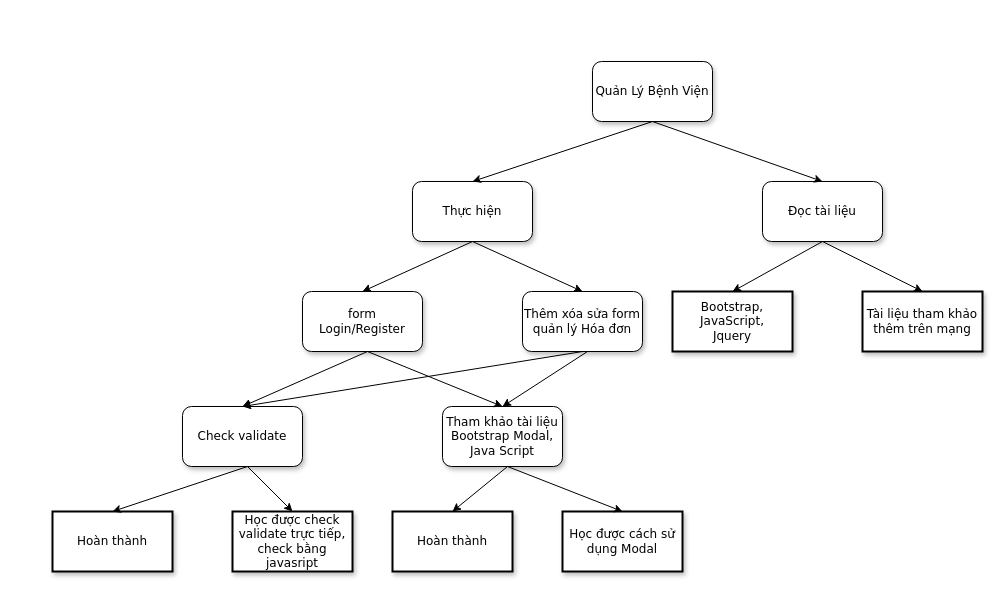
baothq37student/BaoCao keeps this draw.io diagram as Untitled Diagram.drawio. Above is the earlier version. Source tidied: cells renumbered, new cells numbered last; positions are measured from the earlier drawing's top-left corner, leaving out a move shared by most shapes. Both pictures are drawn from the tidied source at 100%, with x=0, y=0 at pixel (52, 61).
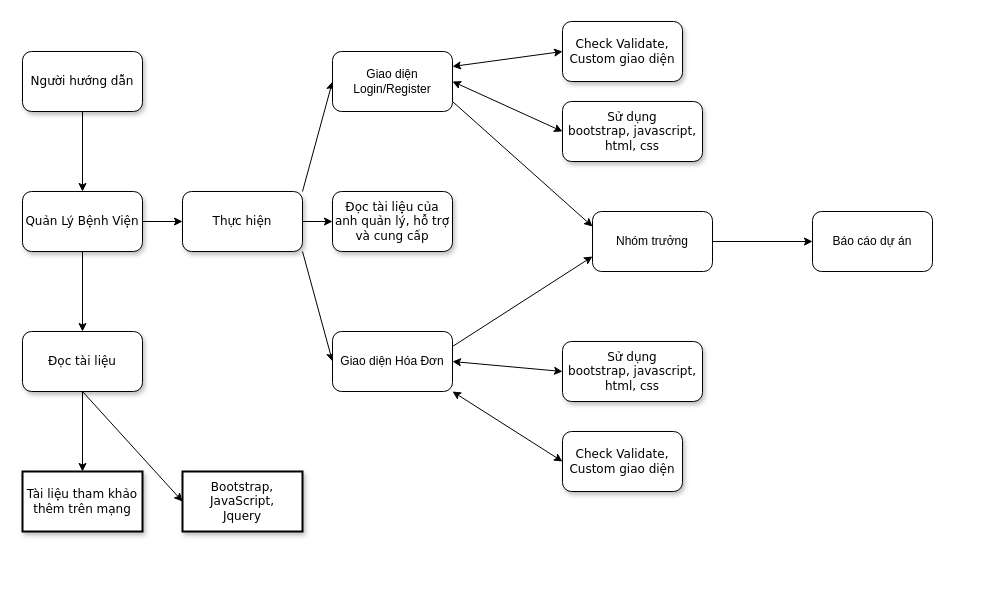
After the change.

What changed in the source:
```diff
@@
     <mxCell id="2" value="Quản Lý Bệnh Viện" style="whiteSpace=wrap;html=1;rounded=1;shadow=1;labelBackgroundColor=none;strokeWidth=1;fontFamily=Verdana;fontSize=12;align=center;" parent="1" vertex="1">
-      <mxGeometry x="540" width="120" height="60" as="geometry" />
+      <mxGeometry x="-30" y="130" width="120" height="60" as="geometry" />
     </mxCell>
     <mxCell id="3" value="Thực hiện" style="whiteSpace=wrap;html=1;rounded=1;shadow=1;labelBackgroundColor=none;strokeWidth=1;fontFamily=Verdana;fontSize=12;align=center;" parent="1" vertex="1">
-      <mxGeometry x="360" y="120" width="120" height="60" as="geometry" />
+      <mxGeometry x="130" y="130" width="120" height="60" as="geometry" />
     </mxCell>
     <mxCell id="4" value="Đọc tài liệu" style="whiteSpace=wrap;html=1;rounded=1;shadow=1;labelBackgroundColor=none;strokeWidth=1;fontFamily=Verdana;fontSize=12;align=center;" parent="1" vertex="1">
-      <mxGeometry x="710" y="120" width="120" height="60" as="geometry" />
+      <mxGeometry x="-30" y="270" width="120" height="60" as="geometry" />
     </mxCell>
-    <mxCell id="5" value="&lt;div&gt;form&lt;/div&gt;&lt;div&gt;Login/Register&lt;br&gt;&lt;/div&gt;" style="whiteSpace=wrap;html=1;rounded=1;shadow=1;labelBackgroundColor=none;strokeWidth=1;fontFamily=Verdana;fontSize=12;align=center;" parent="1" vertex="1">
-      <mxGeometry x="250" y="230" width="120" height="60" as="geometry" />
-    </mxCell>
-    <mxCell id="6" value="Thêm xóa sửa form quản lý Hóa đơn" style="whiteSpace=wrap;html=1;rounded=1;shadow=1;labelBackgroundColor=none;strokeWidth=1;fontFamily=Verdana;fontSize=12;align=center;" parent="1" vertex="1">
-      <mxGeometry x="470" y="230" width="120" height="60" as="geometry" />
-    </mxCell>
     <mxCell id="7" value="&lt;div&gt;Bootstrap,&lt;/div&gt;&lt;div&gt;JavaScript,&lt;/div&gt;&lt;div&gt;Jquery&lt;br&gt;&lt;/div&gt;" style="whiteSpace=wrap;html=1;rounded=0;shadow=1;labelBackgroundColor=none;strokeWidth=2;fontFamily=Verdana;fontSize=12;align=center;" parent="1" vertex="1">
-      <mxGeometry x="620" y="230" width="120" height="60" as="geometry" />
+      <mxGeometry x="130" y="410" width="120" height="60" as="geometry" />
     </mxCell>
     <mxCell id="8" value="Tài liệu tham khảo thêm trên mạng" style="whiteSpace=wrap;html=1;rounded=0;shadow=1;labelBackgroundColor=none;strokeWidth=2;fontFamily=Verdana;fontSize=12;align=center;" parent="1" vertex="1">
-      <mxGeometry x="810" y="230" width="120" height="60" as="geometry" />
+      <mxGeometry x="-30" y="410" width="120" height="60" as="geometry" />
     </mxCell>
-    <mxCell id="9" value="Check validate" style="whiteSpace=wrap;html=1;rounded=1;shadow=1;labelBackgroundColor=none;strokeWidth=1;fontFamily=Verdana;fontSize=12;align=center;" parent="1" vertex="1">
-      <mxGeometry x="130" y="345" width="120" height="60" as="geometry" />
-    </mxCell>
-    <mxCell id="10" value="Tham khảo tài liệu Bootstrap Modal, Java Script" style="whiteSpace=wrap;html=1;rounded=1;shadow=1;labelBackgroundColor=none;strokeWidth=1;fontFamily=Verdana;fontSize=12;align=center;" parent="1" vertex="1">
-      <mxGeometry x="390" y="345" width="120" height="60" as="geometry" />
-    </mxCell>
-    <mxCell id="11" value="Hoàn thành" style="whiteSpace=wrap;html=1;rounded=0;shadow=1;labelBackgroundColor=none;strokeWidth=2;fontFamily=Verdana;fontSize=12;align=center;" parent="1" vertex="1">
-      <mxGeometry y="450" width="120" height="60" as="geometry" />
-    </mxCell>
-    <mxCell id="12" value="Học được check validate trực tiếp, check bằng javasript" style="whiteSpace=wrap;html=1;rounded=0;shadow=1;labelBackgroundColor=none;strokeWidth=2;fontFamily=Verdana;fontSize=12;align=center;" parent="1" vertex="1">
-      <mxGeometry x="180" y="450" width="120" height="60" as="geometry" />
-    </mxCell>
-    <mxCell id="13" value="Hoàn thành" style="whiteSpace=wrap;html=1;rounded=0;shadow=1;labelBackgroundColor=none;strokeWidth=2;fontFamily=Verdana;fontSize=12;align=center;" parent="1" vertex="1">
-      <mxGeometry x="340" y="450" width="120" height="60" as="geometry" />
-    </mxCell>
-    <mxCell id="14" value="Học được cách sử dụng Modal" style="whiteSpace=wrap;html=1;rounded=0;shadow=1;labelBackgroundColor=none;strokeWidth=2;fontFamily=Verdana;fontSize=12;align=center;" parent="1" vertex="1">
-      <mxGeometry x="510" y="450" width="120" height="60" as="geometry" />
-    </mxCell>
-    <mxCell id="15" style="endArrow=classic;html=1;exitX=0.5;exitY=1;exitDx=0;exitDy=0;entryX=0.5;entryY=0;entryDx=0;entryDy=0;" parent="1" edge="1" source="2" target="3">
-      <mxGeometry relative="1" as="geometry" />
-    </mxCell>
@@
-    <mxCell id="17" style="endArrow=classic;html=1;exitX=0.5;exitY=1;exitDx=0;exitDy=0;entryX=0.5;entryY=0;entryDx=0;entryDy=0;" parent="1" edge="1" source="3" target="5">
-      <mxGeometry relative="1" as="geometry" />
-    </mxCell>
-    <mxCell id="18" style="endArrow=classic;html=1;exitX=0.5;exitY=1;exitDx=0;exitDy=0;entryX=0.5;entryY=0;entryDx=0;entryDy=0;" parent="1" edge="1" target="6">
-      <mxGeometry relative="1" as="geometry">
-        <mxPoint x="420" y="180" as="sourcePoint" />
-      </mxGeometry>
-    </mxCell>
-    <mxCell id="19" style="endArrow=classic;html=1;exitX=0.5;exitY=1;exitDx=0;exitDy=0;entryX=0.5;entryY=0;entryDx=0;entryDy=0;" parent="1" edge="1" source="4" target="7">
+    <mxCell id="19" style="endArrow=classic;html=1;exitX=0.5;exitY=1;exitDx=0;exitDy=0;entryX=0;entryY=0.5;entryDx=0;entryDy=0;" parent="1" edge="1" source="4" target="7">
       <mxGeometry relative="1" as="geometry" />
     </mxCell>
-    <mxCell id="20" style="endArrow=classic;html=1;exitX=0.5;exitY=1;exitDx=0;exitDy=0;entryX=0.5;entryY=0;entryDx=0;entryDy=0;" parent="1" edge="1" target="8">
-      <mxGeometry relative="1" as="geometry">
-        <mxPoint x="770" y="180" as="sourcePoint" />
-      </mxGeometry>
+    <mxCell id="20" style="endArrow=classic;html=1;exitX=0.5;exitY=1;exitDx=0;exitDy=0;entryX=0.5;entryY=0;entryDx=0;entryDy=0;" parent="1" edge="1" source="4" target="8">
+      <mxGeometry relative="1" as="geometry" />
     </mxCell>
-    <mxCell id="21" style="endArrow=classic;html=1;entryX=0.5;entryY=0;entryDx=0;entryDy=0;" parent="1" edge="1" target="10">
-      <mxGeometry relative="1" as="geometry">
-        <mxPoint x="535" y="290" as="sourcePoint" />
-      </mxGeometry>
-    </mxCell>
-    <mxCell id="22" style="endArrow=classic;html=1;entryX=0.5;entryY=0;entryDx=0;entryDy=0;" parent="1" edge="1" target="10">
-      <mxGeometry relative="1" as="geometry">
-        <mxPoint x="315" y="290" as="sourcePoint" />
-      </mxGeometry>
-    </mxCell>
-    <mxCell id="23" style="endArrow=classic;html=1;entryX=0.5;entryY=0;entryDx=0;entryDy=0;" parent="1" edge="1" target="13">
-      <mxGeometry relative="1" as="geometry">
-        <mxPoint x="455" y="405" as="sourcePoint" />
-      </mxGeometry>
-    </mxCell>
-    <mxCell id="24" style="endArrow=classic;html=1;entryX=0.5;entryY=0;entryDx=0;entryDy=0;" parent="1" edge="1" target="14">
-      <mxGeometry relative="1" as="geometry">
-        <mxPoint x="455" y="405" as="sourcePoint" />
-      </mxGeometry>
-    </mxCell>
-    <mxCell id="25" style="endArrow=classic;html=1;entryX=0.5;entryY=0;entryDx=0;entryDy=0;" parent="1" edge="1" target="9">
-      <mxGeometry relative="1" as="geometry">
-        <mxPoint x="315" y="290" as="sourcePoint" />
-      </mxGeometry>
-    </mxCell>
-    <mxCell id="26" style="endArrow=classic;html=1;entryX=0.5;entryY=0;entryDx=0;entryDy=0;exitX=0.5;exitY=1;exitDx=0;exitDy=0;" parent="1" edge="1" source="6" target="9">
-      <mxGeometry relative="1" as="geometry" />
-    </mxCell>
-    <mxCell id="27" style="endArrow=classic;html=1;entryX=0.5;entryY=0;entryDx=0;entryDy=0;" parent="1" edge="1" target="11">
-      <mxGeometry relative="1" as="geometry">
-        <mxPoint x="195" y="405" as="sourcePoint" />
-      </mxGeometry>
-    </mxCell>
-    <mxCell id="28" style="endArrow=classic;html=1;entryX=0.5;entryY=0;entryDx=0;entryDy=0;" parent="1" edge="1" target="12">
-      <mxGeometry relative="1" as="geometry">
-        <mxPoint x="195" y="405" as="sourcePoint" />
-      </mxGeometry>
-    </mxCell>
+    <mxCell id="29" value="Người hướng dẫn" style="whiteSpace=wrap;html=1;rounded=1;shadow=1;labelBackgroundColor=none;strokeWidth=1;fontFamily=Verdana;fontSize=12;align=center;" parent="1" vertex="1">
+      <mxGeometry x="-30" y="-10" width="120" height="60" as="geometry" />
+    </mxCell>
+    <mxCell id="30" style="endArrow=classic;html=1;exitX=0.5;exitY=1;exitDx=0;exitDy=0;entryX=0.5;entryY=0;entryDx=0;entryDy=0;" parent="1" edge="1" source="29" target="2">
+      <mxGeometry relative="1" as="geometry" />
+    </mxCell>
+    <mxCell id="15" style="endArrow=classic;html=1;exitX=1;exitY=0.5;exitDx=0;exitDy=0;entryX=0;entryY=0.5;entryDx=0;entryDy=0;" parent="1" edge="1" source="2" target="3">
+      <mxGeometry relative="1" as="geometry" />
+    </mxCell>
+    <mxCell id="31" style="endArrow=classic;html=1;exitX=1;exitY=0;exitDx=0;exitDy=0;entryX=0;entryY=0.5;entryDx=0;entryDy=0;" parent="1" edge="1" source="3" target="33">
+      <mxGeometry relative="1" as="geometry" />
+    </mxCell>
+    <mxCell id="32" style="endArrow=classic;html=1;exitX=1;exitY=1;exitDx=0;exitDy=0;entryX=0;entryY=0.5;entryDx=0;entryDy=0;" parent="1" edge="1" source="3" target="34">
+      <mxGeometry relative="1" as="geometry" />
+    </mxCell>
+    <mxCell id="33" value="Giao diện Login/Register" style="rounded=1;whiteSpace=wrap;html=1;" parent="1" vertex="1">
+      <mxGeometry x="280" y="-10" width="120" height="60" as="geometry" />
+    </mxCell>
+    <mxCell id="34" value="Giao diện Hóa Đơn" style="rounded=1;whiteSpace=wrap;html=1;" parent="1" vertex="1">
+      <mxGeometry x="280" y="270" width="120" height="60" as="geometry" />
+    </mxCell>
+    <mxCell id="35" value="Check Validate, Custom giao diện" style="whiteSpace=wrap;html=1;rounded=1;shadow=1;labelBackgroundColor=none;strokeWidth=1;fontFamily=Verdana;fontSize=12;align=center;" parent="1" vertex="1">
+      <mxGeometry x="510" y="-40" width="120" height="60" as="geometry" />
+    </mxCell>
+    <mxCell id="36" value="&lt;div&gt;Sử dụng &lt;br&gt;&lt;/div&gt;&lt;div&gt;bootstrap, javascript,&lt;/div&gt;&lt;div&gt;html, css&lt;/div&gt;" style="whiteSpace=wrap;html=1;rounded=1;shadow=1;labelBackgroundColor=none;strokeWidth=1;fontFamily=Verdana;fontSize=12;align=center;" parent="1" vertex="1">
+      <mxGeometry x="510" y="40" width="140" height="60" as="geometry" />
+    </mxCell>
+    <mxCell id="37" value="Check Validate, Custom giao diện" style="whiteSpace=wrap;html=1;rounded=1;shadow=1;labelBackgroundColor=none;strokeWidth=1;fontFamily=Verdana;fontSize=12;align=center;" parent="1" vertex="1">
+      <mxGeometry x="510" y="370" width="120" height="60" as="geometry" />
+    </mxCell>
+    <mxCell id="38" value="&lt;div&gt;Sử dụng &lt;br&gt;&lt;/div&gt;&lt;div&gt;bootstrap, javascript,&lt;/div&gt;&lt;div&gt;html, css&lt;/div&gt;" style="whiteSpace=wrap;html=1;rounded=1;shadow=1;labelBackgroundColor=none;strokeWidth=1;fontFamily=Verdana;fontSize=12;align=center;" parent="1" vertex="1">
+      <mxGeometry x="510" y="280" width="140" height="60" as="geometry" />
+    </mxCell>
+    <mxCell id="39" style="endArrow=classic;html=1;exitX=1;exitY=0.5;exitDx=0;exitDy=0;entryX=0;entryY=0.5;entryDx=0;entryDy=0;" parent="1" edge="1" source="3" target="40">
+      <mxGeometry relative="1" as="geometry" />
+    </mxCell>
+    <mxCell id="40" value="Đọc tài liệu của anh quản lý, hỗ trợ và cung cấp" style="whiteSpace=wrap;html=1;rounded=1;shadow=1;labelBackgroundColor=none;strokeWidth=1;fontFamily=Verdana;fontSize=12;align=center;" parent="1" vertex="1">
+      <mxGeometry x="280" y="130" width="120" height="60" as="geometry" />
+    </mxCell>
+    <mxCell id="41" value="Nhóm trưởng" style="rounded=1;whiteSpace=wrap;html=1;" parent="1" vertex="1">
+      <mxGeometry x="540" y="150" width="120" height="60" as="geometry" />
+    </mxCell>
+    <mxCell id="42" style="endArrow=classic;startArrow=classic;html=1;exitX=1;exitY=0.25;exitDx=0;exitDy=0;entryX=0;entryY=0.5;entryDx=0;entryDy=0;" parent="1" edge="1" source="33" target="35">
+      <mxGeometry relative="1" as="geometry" />
+    </mxCell>
+    <mxCell id="43" style="endArrow=classic;startArrow=classic;html=1;exitX=1;exitY=0.5;exitDx=0;exitDy=0;entryX=0;entryY=0.5;entryDx=0;entryDy=0;" parent="1" edge="1" source="33" target="36">
+      <mxGeometry relative="1" as="geometry" />
+    </mxCell>
+    <mxCell id="44" style="endArrow=classic;startArrow=classic;html=1;exitX=0;exitY=0.5;exitDx=0;exitDy=0;entryX=1;entryY=1;entryDx=0;entryDy=0;" parent="1" edge="1" source="37" target="34">
+      <mxGeometry relative="1" as="geometry" />
+    </mxCell>
+    <mxCell id="45" style="endArrow=classic;startArrow=classic;html=1;entryX=1;entryY=0.5;entryDx=0;entryDy=0;exitX=0;exitY=0.5;exitDx=0;exitDy=0;" parent="1" edge="1" source="38" target="34">
+      <mxGeometry relative="1" as="geometry" />
+    </mxCell>
+    <mxCell id="46" value="Báo cáo dự án" style="rounded=1;whiteSpace=wrap;html=1;" parent="1" vertex="1">
+      <mxGeometry x="760" y="150" width="120" height="60" as="geometry" />
+    </mxCell>
+    <mxCell id="47" style="endArrow=classic;html=1;exitX=1;exitY=0.5;exitDx=0;exitDy=0;entryX=0;entryY=0.5;entryDx=0;entryDy=0;" parent="1" edge="1" source="41" target="46">
+      <mxGeometry relative="1" as="geometry" />
+    </mxCell>
+    <mxCell id="48" style="endArrow=classic;html=1;entryX=0;entryY=0.25;entryDx=0;entryDy=0;" parent="1" edge="1" target="41">
+      <mxGeometry relative="1" as="geometry">
+        <mxPoint x="400" y="40" as="sourcePoint" />
+      </mxGeometry>
+    </mxCell>
+    <mxCell id="49" style="endArrow=classic;html=1;entryX=0;entryY=0.75;entryDx=0;entryDy=0;exitX=1;exitY=0.25;exitDx=0;exitDy=0;" parent="1" edge="1" source="34" target="41">
+      <mxGeometry relative="1" as="geometry" />
+    </mxCell>
```
